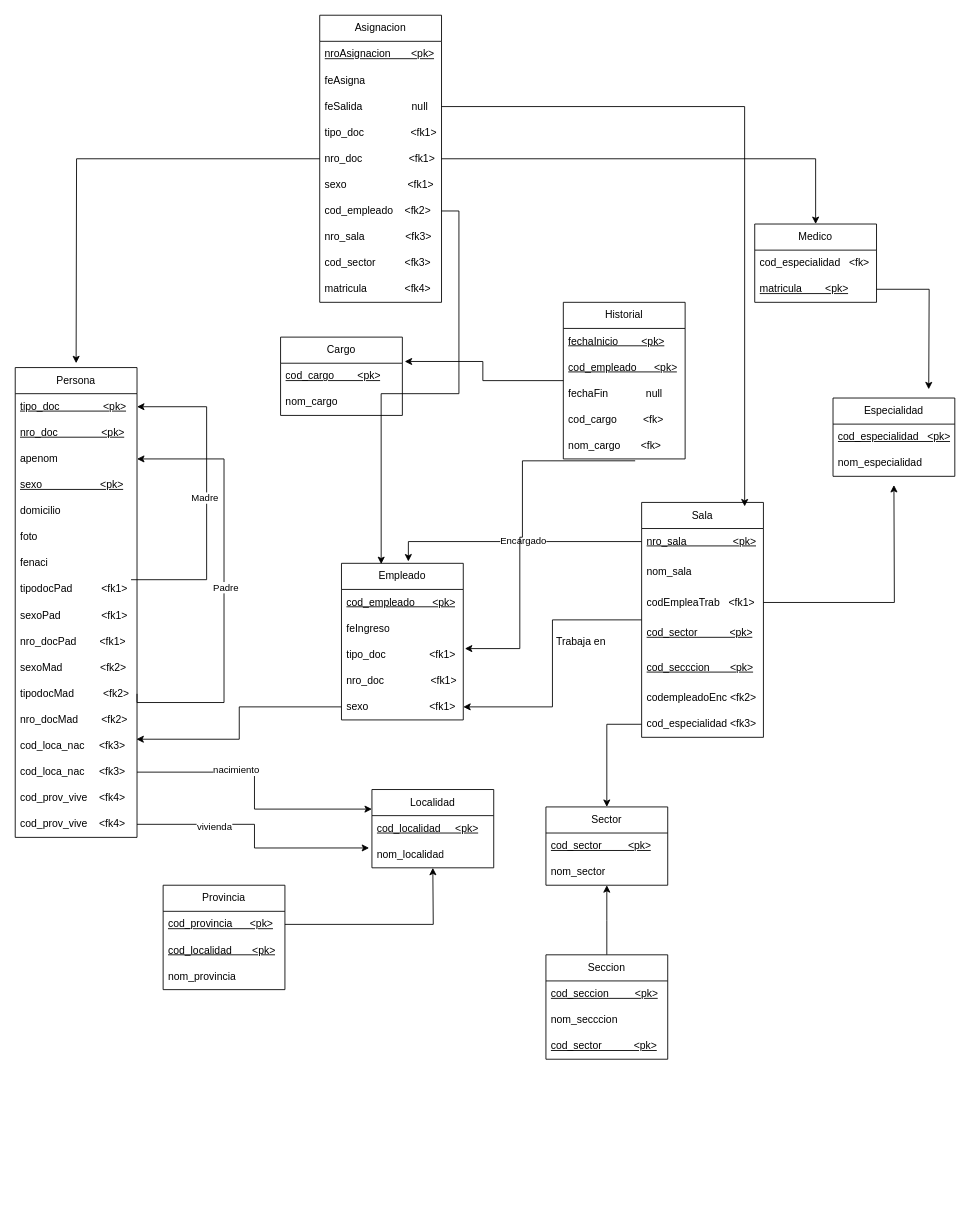
Above: UmlFisico/Practicas/Guia1_Clinica.drawio in Logan6422/UMLDiagrams (draw.io), before the change. Source tidied: cells renumbered, new cells numbered last; positions are measured from the earlier drawing's top-left corner, leaving out a move shared by most shapes. Both pictures are drawn from the tidied source at 87%, with x=0, y=0 at pixel (15, 15).
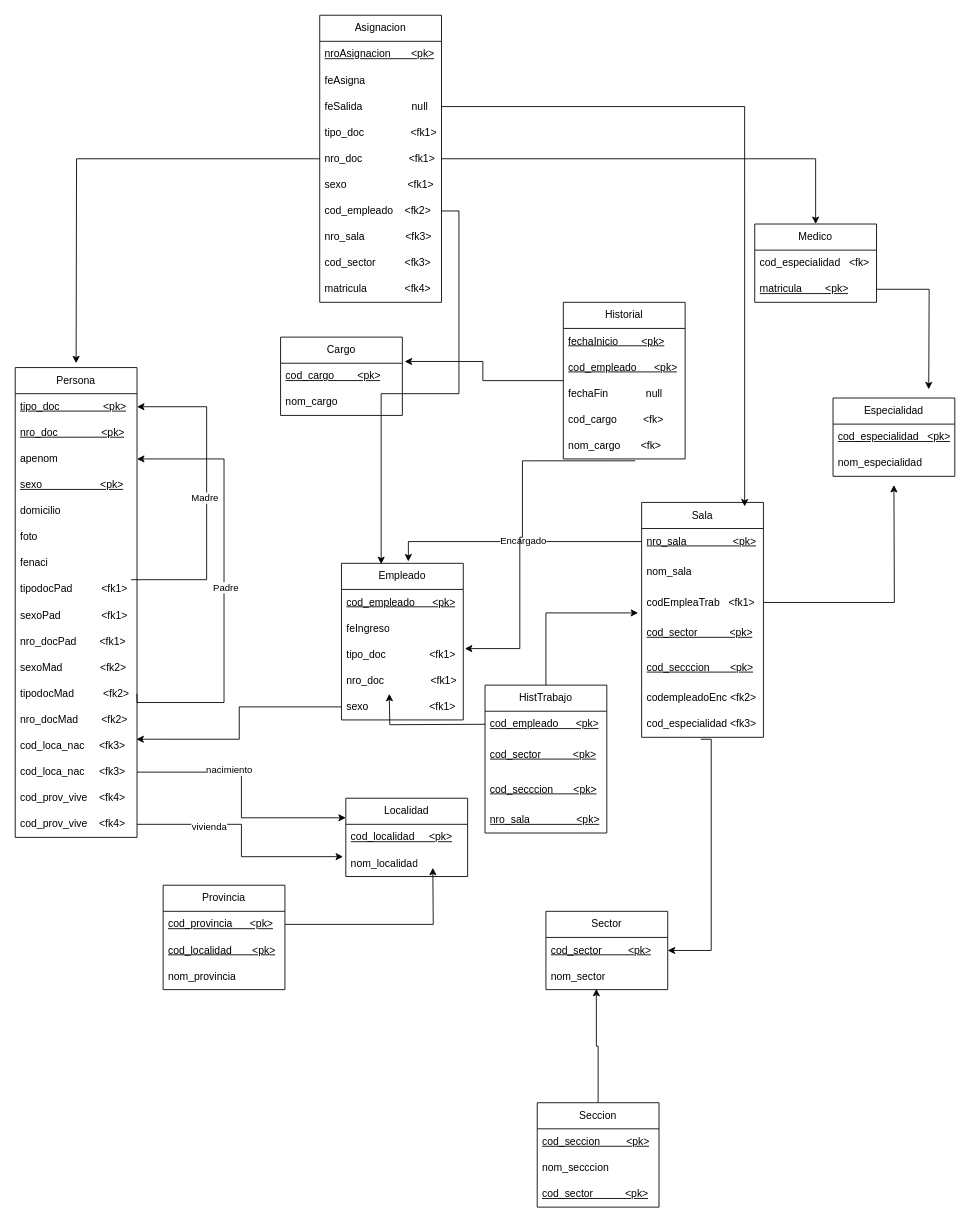
The same page after the edit.

The change refers to these unchanged cells:
```xml
<mxCell id="36" value="Sala" style="swimlane;fontStyle=0;horizontal=1;startSize=30;whiteSpace=wrap;html=1;" parent="1" vertex="1">
  <mxGeometry x="720" y="560" width="140" height="270" as="geometry" />
</mxCell>
<mxCell id="41" value="&lt;u&gt;cod_sector&amp;nbsp;&amp;nbsp;&amp;nbsp;&amp;nbsp;&amp;nbsp;&amp;nbsp;&amp;nbsp;&amp;nbsp; &amp;nbsp; &amp;lt;pk&amp;gt;&lt;/u&gt;" style="text;strokeColor=none;fillColor=none;align=left;verticalAlign=middle;spacingLeft=4;spacingRight=4;overflow=hidden;points=[[0,0.5],[1,0.5]];portConstraint=eastwest;whiteSpace=wrap;html=1;" parent="36" vertex="1">
  <mxGeometry y="130" width="140" height="40" as="geometry" />
</mxCell>
<mxCell id="44" value="cod_especialidad &amp;lt;fk3&amp;gt;" style="text;strokeColor=none;fillColor=none;align=left;verticalAlign=middle;spacingLeft=4;spacingRight=4;overflow=hidden;points=[[0,0.5],[1,0.5]];portConstraint=eastwest;whiteSpace=wrap;html=1;" parent="36" vertex="1">
  <mxGeometry y="240" width="140" height="30" as="geometry" />
</mxCell>
<mxCell id="50" value="sexo&amp;nbsp;&amp;nbsp;&amp;nbsp;&amp;nbsp;&amp;nbsp;&amp;nbsp;&amp;nbsp;&amp;nbsp;&amp;nbsp;&amp;nbsp;&amp;nbsp;&amp;nbsp;&amp;nbsp;&amp;nbsp;&amp;nbsp;&amp;nbsp;&amp;nbsp;&amp;nbsp;&amp;nbsp;&amp;nbsp; &amp;lt;fk1&amp;gt;" style="text;strokeColor=none;fillColor=none;align=left;verticalAlign=middle;spacingLeft=4;spacingRight=4;overflow=hidden;points=[[0,0.5],[1,0.5]];portConstraint=eastwest;whiteSpace=wrap;html=1;" parent="45" vertex="1">
  <mxGeometry y="150" width="140" height="30" as="geometry" />
</mxCell>
<mxCell id="68" value="nom_sector" style="text;strokeColor=none;fillColor=none;align=left;verticalAlign=middle;spacingLeft=4;spacingRight=4;overflow=hidden;points=[[0,0.5],[1,0.5]];portConstraint=eastwest;whiteSpace=wrap;html=1;" parent="66" vertex="1">
  <mxGeometry y="60" width="140" height="30" as="geometry" />
</mxCell>
```

The edit, as a diff of the source:
```diff
@@
     <mxCell id="32" value="&lt;div&gt;Localidad&lt;/div&gt;" style="swimlane;fontStyle=0;horizontal=1;startSize=30;whiteSpace=wrap;html=1;" parent="1" vertex="1">
-      <mxGeometry x="410" y="890" width="140" height="90" as="geometry" />
+      <mxGeometry x="380" y="900" width="140" height="90" as="geometry" />
     </mxCell>
@@
-    <mxCell id="35" style="edgeStyle=orthogonalEdgeStyle;rounded=0;jettySize=auto;html=1;entryX=1;entryY=0.5;entryDx=0;entryDy=0;" parent="1" edge="1" source="36" target="50">
-      <mxGeometry relative="1" as="geometry" />
-    </mxCell>
@@
-    <mxCell id="65" value="Trabaja en" style="text;html=1;align=center;verticalAlign=middle;strokeColor=none;fillColor=none;" parent="1" vertex="1">
-      <mxGeometry x="610" y="705" width="80" height="30" as="geometry" />
-    </mxCell>
     <mxCell id="66" value="Sector" style="swimlane;fontStyle=0;horizontal=1;startSize=30;whiteSpace=wrap;html=1;" parent="1" vertex="1">
-      <mxGeometry x="610" y="910" width="140" height="90" as="geometry" />
+      <mxGeometry x="610" y="1030" width="140" height="90" as="geometry" />
     </mxCell>
@@
-    <mxCell id="69" style="edgeStyle=orthogonalEdgeStyle;rounded=0;jettySize=auto;html=1;" parent="1" edge="1" source="70">
-      <mxGeometry relative="1" as="geometry">
-        <mxPoint x="680" y="1000" as="targetPoint" />
-      </mxGeometry>
+    <mxCell id="69" style="edgeStyle=orthogonalEdgeStyle;rounded=0;jettySize=auto;html=1;entryX=0.414;entryY=0.969;entryDx=0;entryDy=0;entryPerimeter=0;" parent="1" edge="1" source="70" target="68">
+      <mxGeometry relative="1" as="geometry" />
     </mxCell>
     <mxCell id="70" value="Seccion" style="swimlane;fontStyle=0;horizontal=1;startSize=30;whiteSpace=wrap;html=1;" parent="1" vertex="1">
-      <mxGeometry x="610" y="1080" width="140" height="120" as="geometry" />
+      <mxGeometry x="600" y="1250" width="140" height="120" as="geometry" />
     </mxCell>
@@
-    <mxCell id="75" style="edgeStyle=orthogonalEdgeStyle;rounded=0;jettySize=auto;html=1;" parent="1" edge="1" source="44" target="66">
-      <mxGeometry relative="1" as="geometry" />
+    <mxCell id="75" style="edgeStyle=orthogonalEdgeStyle;rounded=0;jettySize=auto;html=1;exitX=0.486;exitY=1.072;exitDx=0;exitDy=0;exitPerimeter=0;" parent="1" edge="1" source="44" target="66">
+      <mxGeometry relative="1" as="geometry">
+        <Array as="points">
+          <mxPoint x="800" y="832" />
+          <mxPoint x="800" y="1075" />
+        </Array>
+      </mxGeometry>
     </mxCell>
@@
+    <mxCell id="98" value="HistTrabajo" style="swimlane;fontStyle=0;horizontal=1;startSize=30;whiteSpace=wrap;html=1;" parent="1" vertex="1">
+      <mxGeometry x="540" y="770" width="140" height="170" as="geometry" />
+    </mxCell>
+    <mxCell id="99" style="edgeStyle=orthogonalEdgeStyle;rounded=0;orthogonalLoop=1;jettySize=auto;html=1;" parent="98" edge="1">
+      <mxGeometry relative="1" as="geometry">
+        <mxPoint y="45" as="sourcePoint" />
+        <mxPoint x="-110" y="10" as="targetPoint" />
+      </mxGeometry>
+    </mxCell>
+    <mxCell id="100" value="&lt;u&gt;cod_empleado &amp;nbsp;&amp;nbsp;&amp;nbsp;&amp;nbsp; &amp;lt;pk&amp;gt;&lt;/u&gt;" style="text;strokeColor=none;fillColor=none;align=left;verticalAlign=middle;spacingLeft=4;spacingRight=4;overflow=hidden;whiteSpace=wrap;html=1;" parent="98" vertex="1">
+      <mxGeometry y="30" width="140" height="30" as="geometry" />
+    </mxCell>
+    <mxCell id="101" value="&lt;u&gt;cod_sector&amp;nbsp;&amp;nbsp;&amp;nbsp;&amp;nbsp;&amp;nbsp;&amp;nbsp;&amp;nbsp;&amp;nbsp; &amp;nbsp; &amp;lt;pk&amp;gt;&lt;/u&gt;" style="text;strokeColor=none;fillColor=none;align=left;verticalAlign=middle;spacingLeft=4;spacingRight=4;overflow=hidden;whiteSpace=wrap;html=1;" parent="98" vertex="1">
+      <mxGeometry y="60" width="140" height="40" as="geometry" />
+    </mxCell>
+    <mxCell id="102" value="&lt;u&gt;cod_secccion &amp;nbsp;&amp;nbsp;&amp;nbsp;&amp;nbsp;&amp;nbsp; &amp;lt;pk&amp;gt;&lt;/u&gt;" style="text;strokeColor=none;fillColor=none;align=left;verticalAlign=middle;spacingLeft=4;spacingRight=4;overflow=hidden;whiteSpace=wrap;html=1;" parent="98" vertex="1">
+      <mxGeometry y="100" width="140" height="40" as="geometry" />
+    </mxCell>
+    <mxCell id="103" value="&lt;u&gt;nro_sala&amp;nbsp;&amp;nbsp;&amp;nbsp;&amp;nbsp;&amp;nbsp;&amp;nbsp;&amp;nbsp;&amp;nbsp;&amp;nbsp;&amp;nbsp;&amp;nbsp;&amp;nbsp;&amp;nbsp;&amp;nbsp;&amp;nbsp; &amp;lt;pk&amp;gt;&lt;/u&gt;" style="text;strokeColor=none;fillColor=none;align=left;verticalAlign=middle;spacingLeft=4;spacingRight=4;overflow=hidden;whiteSpace=wrap;html=1;" parent="98" vertex="1">
+      <mxGeometry y="140" width="140" height="30" as="geometry" />
+    </mxCell>
+    <mxCell id="104" style="edgeStyle=orthogonalEdgeStyle;rounded=0;jettySize=auto;html=1;entryX=-0.029;entryY=-0.075;entryDx=0;entryDy=0;entryPerimeter=0;" parent="1" edge="1" source="98" target="41">
+      <mxGeometry relative="1" as="geometry" />
+    </mxCell>
```
